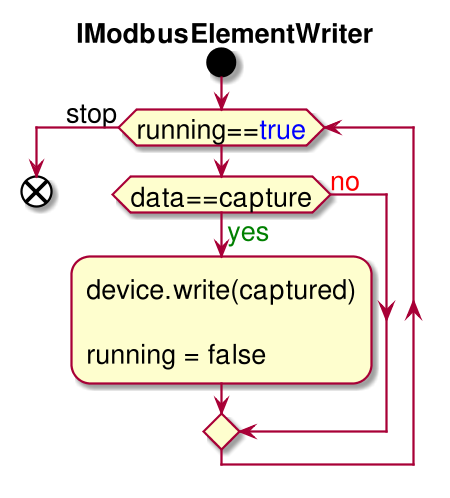
Earlier version of the PlantUML export Dissertation/images/imodbuselementwriter_activity.png (UlrichVonRekkenin/PhdLaTeX). The source it was exported from:
```plantuml
@startuml
scale 1.5
skinparam {
    Dpi 300
    PackageFontSize 20
    arrowThickness 4
    DefaultFontSize 18
    ClassFontSize 28
    ClassAttributeFontSize 25
}
title **IModbusElementWriter**

start

while (running==<color:blue>true</color>)
    if (data==capture) then (<color:green>yes</color>)
        -device.write(captured)\n\nrunning = false
    else (<color:red>no</color>)
    endif
endwhile (stop)

end

@enduml
```
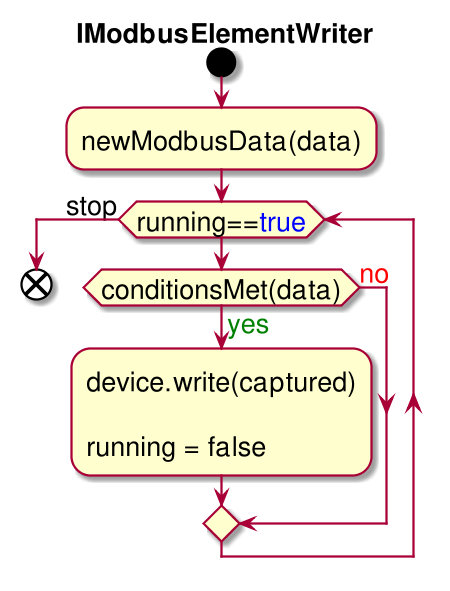
After the commit.

What changed in the source:
```diff
@@ -12,8 +12,10 @@
 
 start
 
+-newModbusData(data)
+
 while (running==<color:blue>true</color>)
-    if (data==capture) then (<color:green>yes</color>)
+    if (conditionsMet(data)) then (<color:green>yes</color>)
         -device.write(captured)\n\nrunning = false
     else (<color:red>no</color>)
     endif
```
